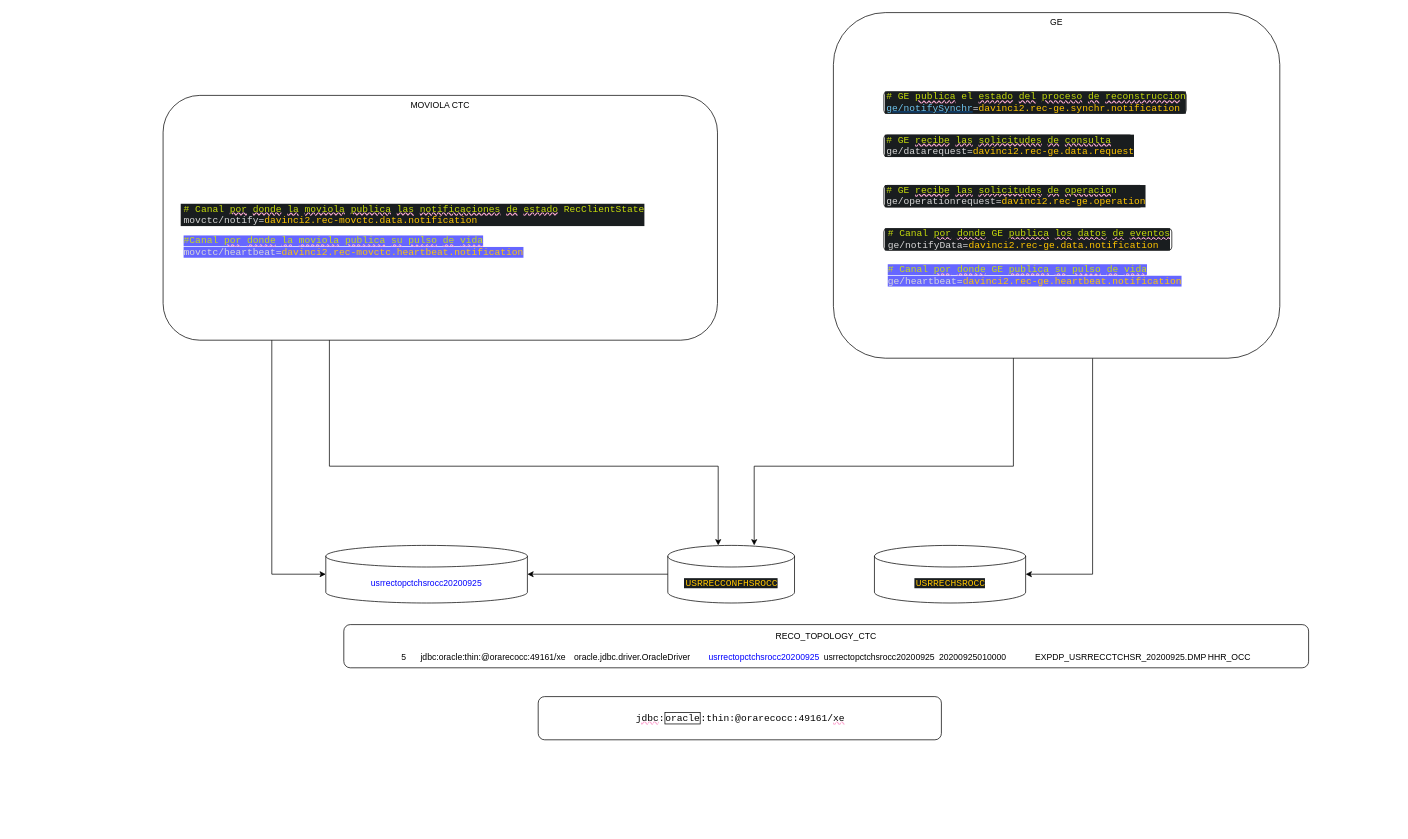
The draw.io diagram page "COTS" (1 of 4) of hhrmg.drawio in jeongon/HHRmovCTCge, before the edit. Source tidied: cells renumbered, new cells numbered last; positions are measured from the earlier drawing's top-left corner, leaving out a move shared by most shapes. Both pictures are drawn from the tidied source at 72%, with x=0, y=0 at pixel (163, 12).
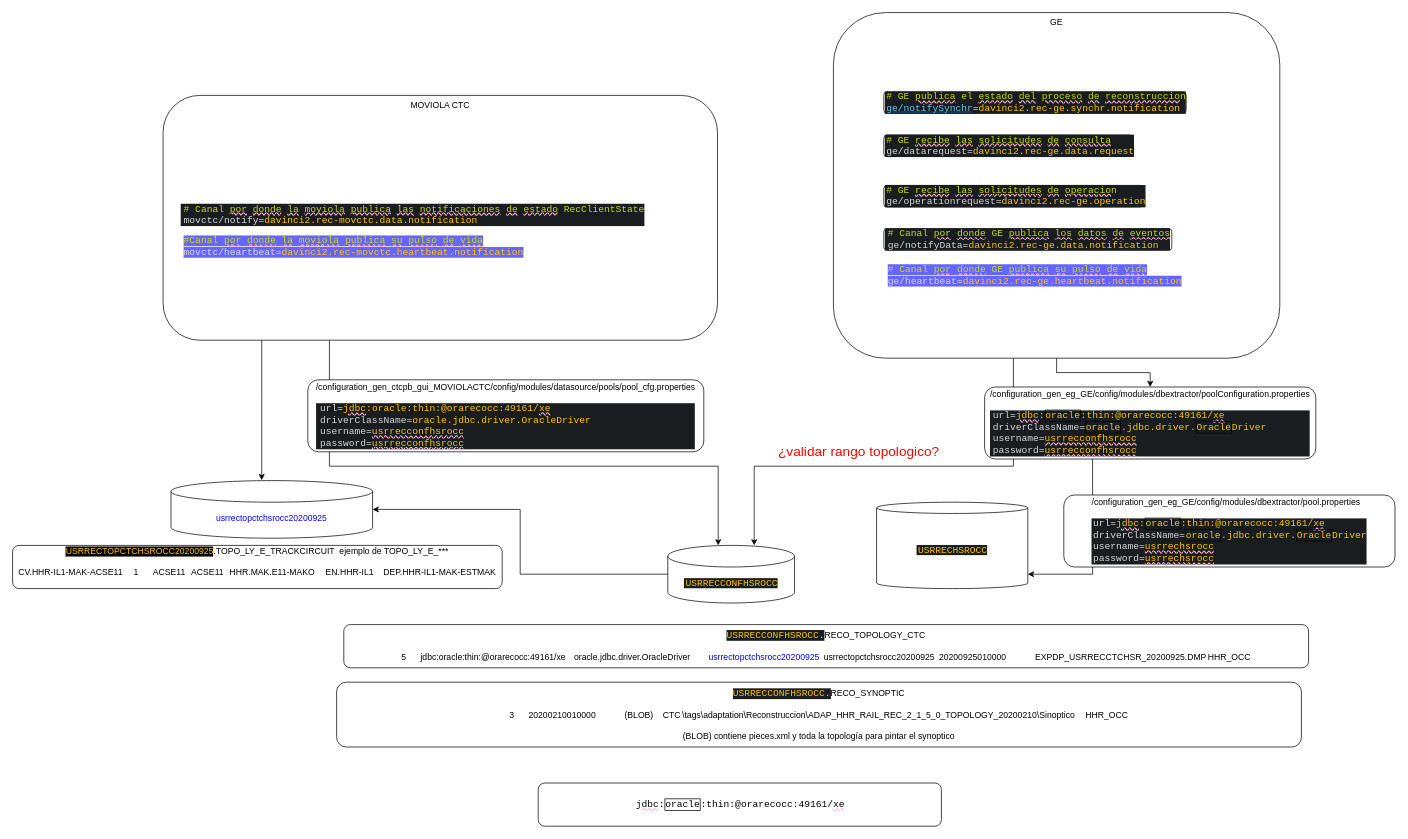
Above is the later version.

Unchanged cells that the change refers to:
```xml
<mxCell id="2" value="MOVIOLA CTC" style="rounded=1;whiteSpace=wrap;html=1;verticalAlign=top;" parent="1" vertex="1">
  <mxGeometry y="115" width="770" height="340" as="geometry" />
</mxCell>
<mxCell id="4" value="GE" style="rounded=1;whiteSpace=wrap;html=1;verticalAlign=top;" parent="1" vertex="1">
  <mxGeometry x="931" width="620" height="480" as="geometry" />
</mxCell>
<mxCell id="15" style="edgeStyle=orthogonalEdgeStyle;rounded=0;jettySize=auto;html=1;" parent="1" edge="1" source="4" target="7">
  <mxGeometry relative="1" as="geometry">
    <Array as="points">
      <mxPoint x="1181" y="630" />
      <mxPoint x="821" y="630" />
    </Array>
  </mxGeometry>
</mxCell>
```

Change to the diagram source:
```diff
@@
-    <mxCell id="3" style="edgeStyle=orthogonalEdgeStyle;rounded=0;jettySize=auto;html=1;" parent="1" edge="1" source="4" target="6">
+    <mxCell id="3" style="edgeStyle=orthogonalEdgeStyle;rounded=0;jettySize=auto;html=1;" parent="1" edge="1" source="24" target="6">
       <mxGeometry relative="1" as="geometry">
         <Array as="points">
           <mxPoint x="1291" y="780" />
         </Array>
       </mxGeometry>
     </mxCell>
@@
     <mxCell id="5" value="&lt;span style=&quot;color: rgb(0, 0, 255);&quot;&gt;usrrectopctchsrocc20200925&lt;/span&gt;" style="shape=cylinder3;whiteSpace=wrap;html=1;boundedLbl=1;backgroundOutline=1;size=15;" parent="1" vertex="1">
-      <mxGeometry x="226" y="740" width="280" height="80" as="geometry" />
+      <mxGeometry x="11" y="650" width="280" height="80" as="geometry" />
     </mxCell>
-    <mxCell id="6" value="&lt;span style=&quot;background-color:#191d1f;padding:0px 0px 0px 2px;&quot;&gt;&lt;span style=&quot;color: rgb(199, 205, 209); font-family: &amp;quot;Courier New&amp;quot;; font-size: 10pt; white-space: pre;&quot;&gt;&lt;span style=&quot;color:#d8d8d8;&quot;&gt;&lt;/span&gt;&lt;span style=&quot;color:#ffc600;&quot;&gt;USRRECHSROCC&lt;/span&gt;&lt;/span&gt;&lt;/span&gt;" style="shape=cylinder3;whiteSpace=wrap;html=1;boundedLbl=1;backgroundOutline=1;size=15;" parent="1" vertex="1">
-      <mxGeometry x="988" y="740" width="210" height="80" as="geometry" />
+    <mxCell id="6" value="&lt;span style=&quot;background-color:#191d1f;padding:0px 0px 0px 2px;&quot;&gt;&lt;span style=&quot;color: rgb(199, 205, 209); font-family: &amp;quot;Courier New&amp;quot;; font-size: 10pt; white-space: pre;&quot;&gt;&lt;span style=&quot;color:#d8d8d8;&quot;&gt;&lt;/span&gt;&lt;span style=&quot;color:#ffc600;&quot;&gt;USRRECHSROCC&lt;/span&gt;&lt;/span&gt;&lt;/span&gt;" style="shape=cylinder3;whiteSpace=wrap;html=1;boundedLbl=1;backgroundOutline=1;size=7.823529411764639;" parent="1" vertex="1">
+      <mxGeometry x="991" y="680" width="210" height="120" as="geometry" />
     </mxCell>
@@
+    <mxCell id="21" value="&lt;font color=&quot;#ff0000&quot; style=&quot;font-size: 19px;&quot;&gt;¿validar rango topologico?&lt;/font&gt;" style="edgeLabel;html=1;align=center;verticalAlign=middle;" parent="15" vertex="1">
+      <mxGeometry x="0.18" y="-3" relative="1" as="geometry">
+        <mxPoint y="-17" as="offset" />
+      </mxGeometry>
+    </mxCell>
@@
-    <mxCell id="17" style="edgeStyle=orthogonalEdgeStyle;rounded=0;jettySize=auto;html=1;entryX=0;entryY=0.5;entryDx=0;entryDy=0;entryPerimeter=0;" parent="1" edge="1" source="2" target="5">
+    <mxCell id="17" style="edgeStyle=orthogonalEdgeStyle;rounded=0;jettySize=auto;html=1;entryX=0.45;entryY=-0.007;entryDx=0;entryDy=0;entryPerimeter=0;" parent="1" edge="1" source="2" target="5">
       <mxGeometry relative="1" as="geometry">
         <Array as="points">
-          <mxPoint x="151" y="780" />
+          <mxPoint x="137" y="530" />
+          <mxPoint x="137" y="530" />
         </Array>
       </mxGeometry>
     </mxCell>
     <mxCell id="18" value="&lt;pre&gt;&lt;span style=&quot;padding: 0px 0px 0px 2px;&quot;&gt;&lt;span style=&quot;font-family: &amp;quot;Courier New&amp;quot;; font-size: 10pt; white-space: pre;&quot;&gt;&lt;span style=&quot;text-decoration-line: underline; text-decoration-color: rgb(253, 170, 211); text-decoration-style: wavy;&quot;&gt;jdbc&lt;/span&gt;:&lt;span style=&quot;border: 1pt solid rgb(0, 0, 0);&quot;&gt;oracle&lt;/span&gt;:thin:@orarecocc:49161/&lt;span style=&quot;text-decoration-line: underline; text-decoration-color: rgb(253, 170, 211); text-decoration-style: wavy;&quot;&gt;xe&lt;/span&gt;&lt;/span&gt;&lt;/span&gt;&lt;/pre&gt;" style="rounded=1;whiteSpace=wrap;html=1;" parent="1" vertex="1">
-      <mxGeometry x="521" y="950" width="560" height="60" as="geometry" />
+      <mxGeometry x="521" y="1070" width="560" height="60" as="geometry" />
     </mxCell>
-    <mxCell id="19" value="RECO_TOPOLOGY_CTC&lt;div&gt;&lt;br&gt;&lt;/div&gt;&lt;div&gt;5&lt;span style=&quot;white-space:pre&quot;&gt;&#9;&lt;/span&gt;jdbc:oracle:thin:@orarecocc:49161/xe&lt;span style=&quot;white-space:pre&quot;&gt;&#9;&lt;/span&gt;oracle.jdbc.driver.OracleDriver&lt;span style=&quot;white-space:pre&quot;&gt;&#9;&lt;/span&gt;&lt;font color=&quot;#0000ff&quot;&gt;usrrectopctchsrocc20200925&lt;/font&gt;&lt;span style=&quot;white-space:pre&quot;&gt;&#9;&lt;/span&gt;usrrectopctchsrocc20200925&lt;span style=&quot;white-space:pre&quot;&gt;&#9;&lt;/span&gt;20200925010000&lt;span style=&quot;white-space:pre&quot;&gt;&#9;&#9;&lt;/span&gt;EXPDP_USRRECCTCHSR_20200925.DMP&lt;span style=&quot;white-space:pre&quot;&gt;&#9;&lt;/span&gt;HHR_OCC&lt;br&gt;&lt;/div&gt;" style="rounded=1;whiteSpace=wrap;html=1;" parent="1" vertex="1">
+    <mxCell id="19" value="&lt;span style=&quot;color: rgb(255, 198, 0); font-family: &amp;quot;Courier New&amp;quot;; font-size: 13.3333px; white-space: pre; background-color: rgb(25, 29, 31);&quot;&gt;USRRECCONFHSROCC.&lt;/span&gt;RECO_TOPOLOGY_CTC&lt;div&gt;&lt;br&gt;&lt;/div&gt;&lt;div&gt;5&lt;span style=&quot;white-space:pre&quot;&gt;&#9;&lt;/span&gt;jdbc:oracle:thin:@orarecocc:49161/xe&lt;span style=&quot;white-space:pre&quot;&gt;&#9;&lt;/span&gt;oracle.jdbc.driver.OracleDriver&lt;span style=&quot;white-space:pre&quot;&gt;&#9;&lt;/span&gt;&lt;font color=&quot;#0000ff&quot;&gt;usrrectopctchsrocc20200925&lt;/font&gt;&lt;span style=&quot;white-space:pre&quot;&gt;&#9;&lt;/span&gt;usrrectopctchsrocc20200925&lt;span style=&quot;white-space:pre&quot;&gt;&#9;&lt;/span&gt;20200925010000&lt;span style=&quot;white-space:pre&quot;&gt;&#9;&#9;&lt;/span&gt;EXPDP_USRRECCTCHSR_20200925.DMP&lt;span style=&quot;white-space:pre&quot;&gt;&#9;&lt;/span&gt;HHR_OCC&lt;br&gt;&lt;/div&gt;" style="rounded=1;whiteSpace=wrap;html=1;" parent="1" vertex="1">
       <mxGeometry x="251" y="850" width="1340" height="60" as="geometry" />
     </mxCell>
@@
+    <mxCell id="22" value="&lt;div style=&quot;text-align: left;&quot;&gt;&lt;span style=&quot;background-color: initial;&quot;&gt;/configuration_gen_eg_GE/config/modules/dbextractor/pool.properties&lt;/span&gt;&lt;/div&gt;&lt;div style=&quot;text-align: left;&quot;&gt;&lt;span style=&quot;background-color: initial;&quot;&gt;&lt;br&gt;&lt;/span&gt;&lt;/div&gt;&lt;div&gt;&lt;div style=&quot;background-color:#191d1f;padding:0px 0px 0px 2px;&quot;&gt;&lt;div style=&quot;color: rgb(199, 205, 209); font-family: &amp;quot;Courier New&amp;quot;; font-size: 10pt; white-space: pre;&quot;&gt;&lt;p style=&quot;text-align: left; margin: 0px;&quot;&gt;&lt;span style=&quot;color:#d8d8d8;&quot;&gt;url=&lt;/span&gt;&lt;span style=&quot;color: rgb(255, 198, 0); text-decoration-line: underline; text-decoration-color: rgb(253, 170, 211); text-decoration-style: wavy;&quot;&gt;jdbc&lt;/span&gt;&lt;span style=&quot;color:#ffc600;&quot;&gt;:&lt;/span&gt;&lt;span style=&quot;color:#ffc600;border:solid 1pt #000000;&quot;&gt;oracle&lt;/span&gt;&lt;span style=&quot;color:#ffc600;&quot;&gt;:thin:@orarecocc:49161/&lt;/span&gt;&lt;span style=&quot;color: rgb(255, 198, 0); text-decoration-line: underline; text-decoration-color: rgb(253, 170, 211); text-decoration-style: wavy;&quot;&gt;xe&lt;/span&gt;&lt;/p&gt;&lt;p style=&quot;text-align: left; margin: 0px;&quot;&gt;&lt;span style=&quot;color:#d8d8d8;&quot;&gt;driverClassName=&lt;/span&gt;&lt;span style=&quot;color:#ffc600;border:solid 1pt #000000;&quot;&gt;oracle&lt;/span&gt;&lt;span style=&quot;color:#ffc600;&quot;&gt;.jdbc.driver.&lt;/span&gt;&lt;span style=&quot;color:#ffc600;border:solid 1pt #000000;&quot;&gt;Oracle&lt;/span&gt;&lt;span style=&quot;color:#ffc600;&quot;&gt;Driver&lt;/span&gt;&lt;/p&gt;&lt;p style=&quot;text-align: left; margin: 0px;&quot;&gt;&lt;span style=&quot;color:#d8d8d8;&quot;&gt;username=&lt;/span&gt;&lt;span style=&quot;color: rgb(255, 198, 0); text-decoration-line: underline; text-decoration-color: rgb(253, 170, 211); text-decoration-style: wavy;&quot;&gt;usrrechsrocc&lt;/span&gt;&lt;/p&gt;&lt;p style=&quot;text-align: left; margin: 0px;&quot;&gt;&lt;span style=&quot;color:#d8d8d8;&quot;&gt;password=&lt;/span&gt;&lt;span style=&quot;color: rgb(255, 198, 0); text-decoration-line: underline; text-decoration-color: rgb(253, 170, 211); text-decoration-style: wavy;&quot;&gt;usrrechsrocc&lt;/span&gt;&lt;/p&gt;&lt;p style=&quot;margin:0;&quot;&gt;&lt;/p&gt;&lt;/div&gt;&lt;/div&gt;&lt;/div&gt;" style="rounded=1;whiteSpace=wrap;html=1;" parent="1" vertex="1">
+      <mxGeometry x="1251" y="670" width="460" height="100" as="geometry" />
+    </mxCell>
+    <mxCell id="23" style="edgeStyle=orthogonalEdgeStyle;rounded=0;jettySize=auto;html=1;" parent="1" edge="1" source="4" target="24">
+      <mxGeometry relative="1" as="geometry" />
+    </mxCell>
+    <mxCell id="24" value="&lt;div style=&quot;text-align: left;&quot;&gt;&lt;span style=&quot;background-color: initial;&quot;&gt;/configuration_gen_eg_GE/config/modules/dbextractor/poolConfiguration.properties&lt;/span&gt;&lt;/div&gt;&lt;div style=&quot;text-align: left;&quot;&gt;&lt;span style=&quot;background-color: initial;&quot;&gt;&lt;br&gt;&lt;/span&gt;&lt;/div&gt;&lt;div&gt;&lt;div style=&quot;background-color:#191d1f;padding:0px 0px 0px 2px;&quot;&gt;&lt;div style=&quot;color: rgb(199, 205, 209); font-family: &amp;quot;Courier New&amp;quot;; font-size: 10pt; white-space: pre;&quot;&gt;&lt;div style=&quot;padding: 0px 0px 0px 2px;&quot;&gt;&lt;div style=&quot;font-size: 10pt;&quot;&gt;&lt;p style=&quot;text-align: left; margin: 0px;&quot;&gt;&lt;span style=&quot;color:#d8d8d8;&quot;&gt;url=&lt;/span&gt;&lt;span style=&quot;color: rgb(255, 198, 0); text-decoration-line: underline; text-decoration-color: rgb(253, 170, 211); text-decoration-style: wavy;&quot;&gt;jdbc&lt;/span&gt;&lt;span style=&quot;color:#ffc600;&quot;&gt;:&lt;/span&gt;&lt;span style=&quot;color:#ffc600;border:solid 1pt #000000;&quot;&gt;oracle&lt;/span&gt;&lt;span style=&quot;color:#ffc600;&quot;&gt;:thin:@orarecocc:49161/&lt;/span&gt;&lt;span style=&quot;color: rgb(255, 198, 0); text-decoration-line: underline; text-decoration-color: rgb(253, 170, 211); text-decoration-style: wavy;&quot;&gt;xe&lt;/span&gt;&lt;/p&gt;&lt;p style=&quot;text-align: left; margin: 0px;&quot;&gt;&lt;span style=&quot;color:#d8d8d8;&quot;&gt;driverClassName=&lt;/span&gt;&lt;span style=&quot;color:#ffc600;border:solid 1pt #000000;&quot;&gt;oracle&lt;/span&gt;&lt;span style=&quot;color:#ffc600;&quot;&gt;.jdbc.driver.&lt;/span&gt;&lt;span style=&quot;color:#ffc600;border:solid 1pt #000000;&quot;&gt;Oracle&lt;/span&gt;&lt;span style=&quot;color:#ffc600;&quot;&gt;Driver&lt;/span&gt;&lt;/p&gt;&lt;p style=&quot;text-align: left; margin: 0px;&quot;&gt;&lt;span style=&quot;color:#d8d8d8;&quot;&gt;username=&lt;/span&gt;&lt;span style=&quot;color: rgb(255, 198, 0); text-decoration-line: underline; text-decoration-color: rgb(253, 170, 211); text-decoration-style: wavy;&quot;&gt;usrrecconfhsrocc&lt;/span&gt;&lt;/p&gt;&lt;p style=&quot;text-align: left; margin: 0px;&quot;&gt;&lt;span style=&quot;color:#d8d8d8;&quot;&gt;password=&lt;/span&gt;&lt;span style=&quot;color: rgb(255, 198, 0); text-decoration-line: underline; text-decoration-color: rgb(253, 170, 211); text-decoration-style: wavy;&quot;&gt;usrrecconfhsrocc&lt;/span&gt;&lt;/p&gt;&lt;/div&gt;&lt;/div&gt;&lt;p style=&quot;margin:0;&quot;&gt;&lt;/p&gt;&lt;/div&gt;&lt;/div&gt;&lt;/div&gt;" style="rounded=1;whiteSpace=wrap;html=1;" parent="1" vertex="1">
+      <mxGeometry x="1141" y="520" width="460" height="100" as="geometry" />
+    </mxCell>
+    <mxCell id="25" value="&lt;div style=&quot;text-align: left;&quot;&gt;/configuration_gen_ctcpb_gui_MOVIOLACTC/config/modules/datasource/pools/pool_cfg.properties&lt;br&gt;&lt;/div&gt;&lt;div style=&quot;text-align: left;&quot;&gt;&lt;span style=&quot;background-color: initial;&quot;&gt;&lt;br&gt;&lt;/span&gt;&lt;/div&gt;&lt;div&gt;&lt;div style=&quot;background-color:#191d1f;padding:0px 0px 0px 2px;&quot;&gt;&lt;div style=&quot;color: rgb(199, 205, 209); font-family: &amp;quot;Courier New&amp;quot;; font-size: 10pt; white-space: pre;&quot;&gt;&lt;div style=&quot;padding: 0px 0px 0px 2px;&quot;&gt;&lt;div style=&quot;font-size: 10pt;&quot;&gt;&lt;div style=&quot;padding: 0px 0px 0px 2px;&quot;&gt;&lt;div style=&quot;font-size: 10pt;&quot;&gt;&lt;p style=&quot;text-align: left; margin: 0px;&quot;&gt;&lt;span style=&quot;color:#d8d8d8;&quot;&gt;url=&lt;/span&gt;&lt;span style=&quot;color: rgb(255, 198, 0); text-decoration-line: underline; text-decoration-color: rgb(253, 170, 211); text-decoration-style: wavy;&quot;&gt;jdbc&lt;/span&gt;&lt;span style=&quot;color:#ffc600;&quot;&gt;:oracle:thin:@orarecocc:49161/&lt;/span&gt;&lt;span style=&quot;color: rgb(255, 198, 0); text-decoration-line: underline; text-decoration-color: rgb(253, 170, 211); text-decoration-style: wavy;&quot;&gt;xe&lt;/span&gt;&lt;/p&gt;&lt;p style=&quot;text-align: left; margin: 0px;&quot;&gt;&lt;span style=&quot;color:#d8d8d8;&quot;&gt;driverClassName=&lt;/span&gt;&lt;span style=&quot;color:#ffc600;&quot;&gt;oracle.jdbc.driver.OracleDriver&lt;/span&gt;&lt;/p&gt;&lt;p style=&quot;text-align: left; margin: 0px;&quot;&gt;&lt;span style=&quot;color:#d8d8d8;&quot;&gt;username=&lt;/span&gt;&lt;span style=&quot;color: rgb(255, 198, 0); text-decoration-line: underline; text-decoration-color: rgb(253, 170, 211); text-decoration-style: wavy;&quot;&gt;usrrecconfhsrocc&lt;/span&gt;&lt;/p&gt;&lt;p style=&quot;text-align: left; margin: 0px;&quot;&gt;&lt;span style=&quot;color:#d8d8d8;&quot;&gt;password=&lt;/span&gt;&lt;span style=&quot;color: rgb(255, 198, 0); text-decoration-line: underline; text-decoration-color: rgb(253, 170, 211); text-decoration-style: wavy;&quot;&gt;usrrecconfhsrocc&lt;/span&gt;&lt;/p&gt;&lt;/div&gt;&lt;/div&gt;&lt;/div&gt;&lt;/div&gt;&lt;p style=&quot;margin:0;&quot;&gt;&lt;/p&gt;&lt;/div&gt;&lt;/div&gt;&lt;/div&gt;" style="rounded=1;whiteSpace=wrap;html=1;" parent="1" vertex="1">
+      <mxGeometry x="201" y="510" width="550" height="100" as="geometry" />
+    </mxCell>
+    <mxCell id="26" value="&lt;span style=&quot;color: rgb(255, 198, 0); font-family: &amp;quot;Courier New&amp;quot;; font-size: 13.3333px; white-space: pre; background-color: rgb(25, 29, 31);&quot;&gt;USRRECCONFHSROCC.&lt;/span&gt;RECO_SYNOPTIC&lt;div&gt;&lt;br&gt;&lt;/div&gt;&lt;div&gt;3&lt;span style=&quot;white-space:pre&quot;&gt;&#9;&lt;/span&gt;20200210010000&lt;span style=&quot;white-space:pre&quot;&gt;&#9;&#9;&lt;/span&gt;(BLOB)&lt;span style=&quot;white-space:pre&quot;&gt;&#9;&lt;/span&gt;CTC&lt;span style=&quot;white-space:pre&quot;&gt;&#9;&lt;/span&gt;\tags\adaptation\Reconstruccion\ADAP_HHR_RAIL_REC_2_1_5_0_TOPOLOGY_20200210\Sinoptico&lt;span style=&quot;white-space:pre&quot;&gt;&#9;&lt;/span&gt;HHR_OCC&lt;br&gt;&lt;/div&gt;&lt;div&gt;&lt;br&gt;&lt;/div&gt;&lt;div&gt;(BLOB) contiene pieces.xml y toda la topología para pintar el synoptico&lt;/div&gt;" style="rounded=1;whiteSpace=wrap;html=1;" parent="1" vertex="1">
+      <mxGeometry x="241" y="930" width="1340" height="90" as="geometry" />
+    </mxCell>
+    <mxCell id="27" value="&lt;span style=&quot;background-color: rgb(0, 0, 0);&quot;&gt;&lt;font color=&quot;#ffc600&quot;&gt;USRRECTOPCTCHSROCC20200925&lt;/font&gt;&lt;/span&gt;.TOPO_LY_E_TRACKCIRCUIT&amp;nbsp; ejemplo de TOPO_LY_E_***&lt;div&gt;&lt;br&gt;&lt;/div&gt;&lt;div&gt;CV.HHR-IL1-MAK-ACSE11&lt;span style=&quot;white-space:pre&quot;&gt;&#9;&lt;/span&gt;1&lt;span style=&quot;white-space:pre&quot;&gt;&#9;&lt;/span&gt;ACSE11&lt;span style=&quot;white-space:pre&quot;&gt;&#9;&lt;/span&gt;ACSE11&lt;span style=&quot;white-space:pre&quot;&gt;&#9;&lt;/span&gt;HHR.MAK.E11-MAKO&lt;span style=&quot;white-space:pre&quot;&gt;&#9;&lt;/span&gt;EN.HHR-IL1&lt;span style=&quot;white-space:pre&quot;&gt;&#9;&lt;/span&gt;DEP.HHR-IL1-MAK-ESTMAK&lt;br&gt;&lt;/div&gt;&lt;div&gt;&lt;br&gt;&lt;/div&gt;" style="rounded=1;whiteSpace=wrap;html=1;" parent="1" vertex="1">
+      <mxGeometry x="-209" y="740" width="680" height="60" as="geometry" />
+    </mxCell>
```
